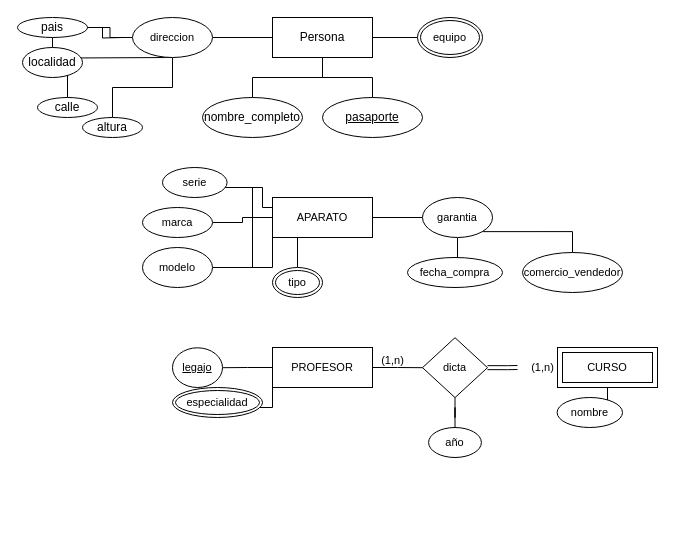
This is page "Page-1" (1 of 2) of Diagrama sin título.drawio from agusitna/bdd, a draw.io file, before an edit. Source tidied: cells renumbered, new cells numbered last; positions are measured from the earlier drawing's top-left corner, leaving out a move shared by most shapes. Both pictures are drawn from the tidied source at 100%, with x=0, y=0 at pixel (17, 17).
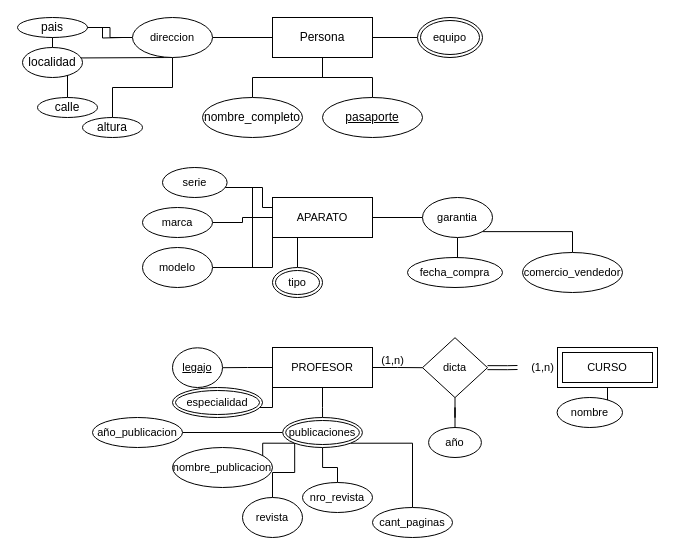
Above is the later version.

Unchanged cells that the change refers to:
```xml
<mxCell id="37" value="PROFESOR" style="whiteSpace=wrap;html=1;align=center;fontFamily=Helvetica;fontSize=11;fontColor=default;" parent="1" vertex="1">
  <mxGeometry x="255" y="330" width="100" height="40" as="geometry" />
</mxCell>
```

The edit, as a diff of the source:
```diff
@@
+    <mxCell id="51" style="edgeStyle=orthogonalEdgeStyle;shape=connector;rounded=0;jettySize=auto;html=1;exitX=0.5;exitY=1;exitDx=0;exitDy=0;labelBackgroundColor=default;strokeColor=default;fontFamily=Helvetica;fontSize=11;fontColor=default;endArrow=none;endFill=0;" parent="1" edge="1" source="37" target="57">
+      <mxGeometry relative="1" as="geometry" />
+    </mxCell>
@@
+    <mxCell id="52" style="edgeStyle=orthogonalEdgeStyle;shape=connector;rounded=0;jettySize=auto;html=1;exitX=0;exitY=1;exitDx=0;exitDy=0;labelBackgroundColor=default;strokeColor=default;fontFamily=Helvetica;fontSize=11;fontColor=default;endArrow=none;endFill=0;" parent="1" edge="1" source="57" target="58">
+      <mxGeometry relative="1" as="geometry" />
+    </mxCell>
+    <mxCell id="53" style="edgeStyle=orthogonalEdgeStyle;shape=connector;rounded=0;jettySize=auto;html=1;exitX=0;exitY=1;exitDx=0;exitDy=0;labelBackgroundColor=default;strokeColor=default;fontFamily=Helvetica;fontSize=11;fontColor=default;endArrow=none;endFill=0;" parent="1" edge="1" source="57" target="59">
+      <mxGeometry relative="1" as="geometry" />
+    </mxCell>
+    <mxCell id="54" style="edgeStyle=orthogonalEdgeStyle;shape=connector;rounded=0;jettySize=auto;html=1;exitX=0.5;exitY=1;exitDx=0;exitDy=0;labelBackgroundColor=default;strokeColor=default;fontFamily=Helvetica;fontSize=11;fontColor=default;endArrow=none;endFill=0;" parent="1" edge="1" source="57" target="60">
+      <mxGeometry relative="1" as="geometry" />
+    </mxCell>
+    <mxCell id="55" style="edgeStyle=orthogonalEdgeStyle;shape=connector;rounded=0;jettySize=auto;html=1;exitX=1;exitY=1;exitDx=0;exitDy=0;labelBackgroundColor=default;strokeColor=default;fontFamily=Helvetica;fontSize=11;fontColor=default;endArrow=none;endFill=0;" parent="1" edge="1" source="57" target="61">
+      <mxGeometry relative="1" as="geometry" />
+    </mxCell>
+    <mxCell id="56" style="edgeStyle=orthogonalEdgeStyle;shape=connector;rounded=0;jettySize=auto;html=1;exitX=0;exitY=0.5;exitDx=0;exitDy=0;labelBackgroundColor=default;strokeColor=default;fontFamily=Helvetica;fontSize=11;fontColor=default;endArrow=none;endFill=0;" parent="1" edge="1" source="57" target="62">
+      <mxGeometry relative="1" as="geometry" />
+    </mxCell>
+    <mxCell id="57" value="publicaciones" style="ellipse;shape=doubleEllipse;margin=3;whiteSpace=wrap;html=1;align=center;fontFamily=Helvetica;fontSize=11;fontColor=default;" parent="1" vertex="1">
+      <mxGeometry x="265.2" y="400" width="79.7" height="30" as="geometry" />
+    </mxCell>
+    <mxCell id="58" value="nombre_publicacion" style="ellipse;whiteSpace=wrap;html=1;align=center;fontFamily=Helvetica;fontSize=11;fontColor=default;" parent="1" vertex="1">
+      <mxGeometry x="155" y="430" width="100" height="40" as="geometry" />
+    </mxCell>
+    <mxCell id="59" value="revista" style="ellipse;whiteSpace=wrap;html=1;align=center;fontFamily=Helvetica;fontSize=11;fontColor=default;" parent="1" vertex="1">
+      <mxGeometry x="225" y="480" width="60" height="40" as="geometry" />
+    </mxCell>
+    <mxCell id="60" value="nro_revista" style="ellipse;whiteSpace=wrap;html=1;align=center;fontFamily=Helvetica;fontSize=11;fontColor=default;" parent="1" vertex="1">
+      <mxGeometry x="285" y="465" width="70" height="30" as="geometry" />
+    </mxCell>
+    <mxCell id="61" value="cant_paginas" style="ellipse;whiteSpace=wrap;html=1;align=center;fontFamily=Helvetica;fontSize=11;fontColor=default;" parent="1" vertex="1">
+      <mxGeometry x="355" y="490" width="80" height="30" as="geometry" />
+    </mxCell>
+    <mxCell id="62" value="año_publicacion" style="ellipse;whiteSpace=wrap;html=1;align=center;fontFamily=Helvetica;fontSize=11;fontColor=default;" parent="1" vertex="1">
+      <mxGeometry x="75" y="400" width="90" height="30" as="geometry" />
+    </mxCell>
```
